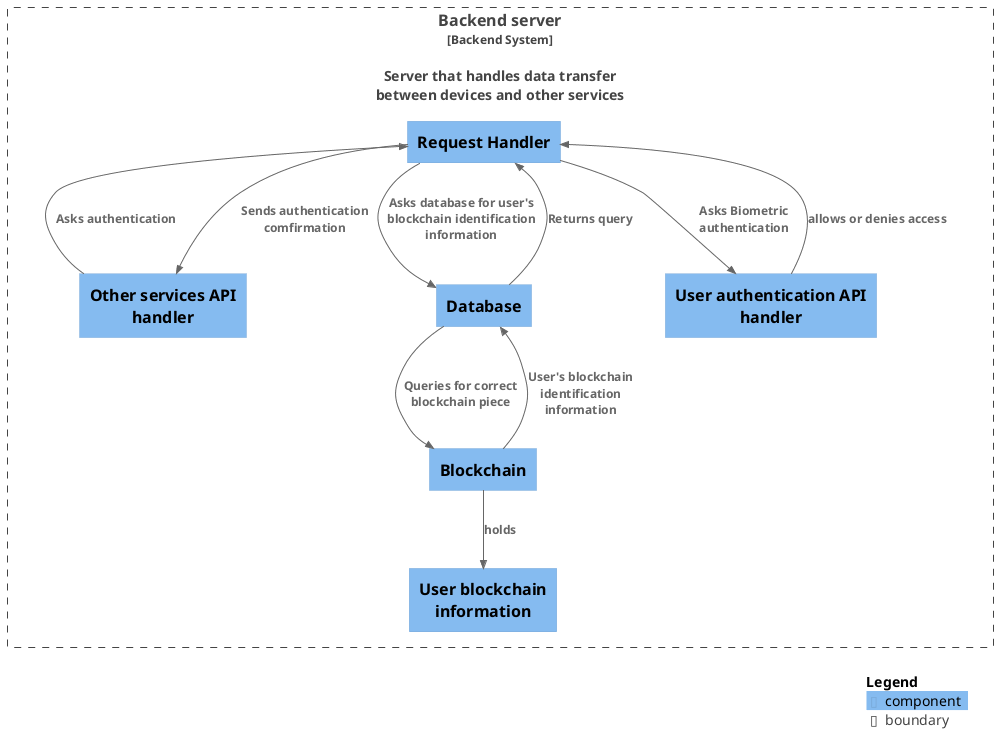
The PlantUML diagram images/BackendComponent.png in Dorfultariant/Architecture_Diagrams, before a commit.
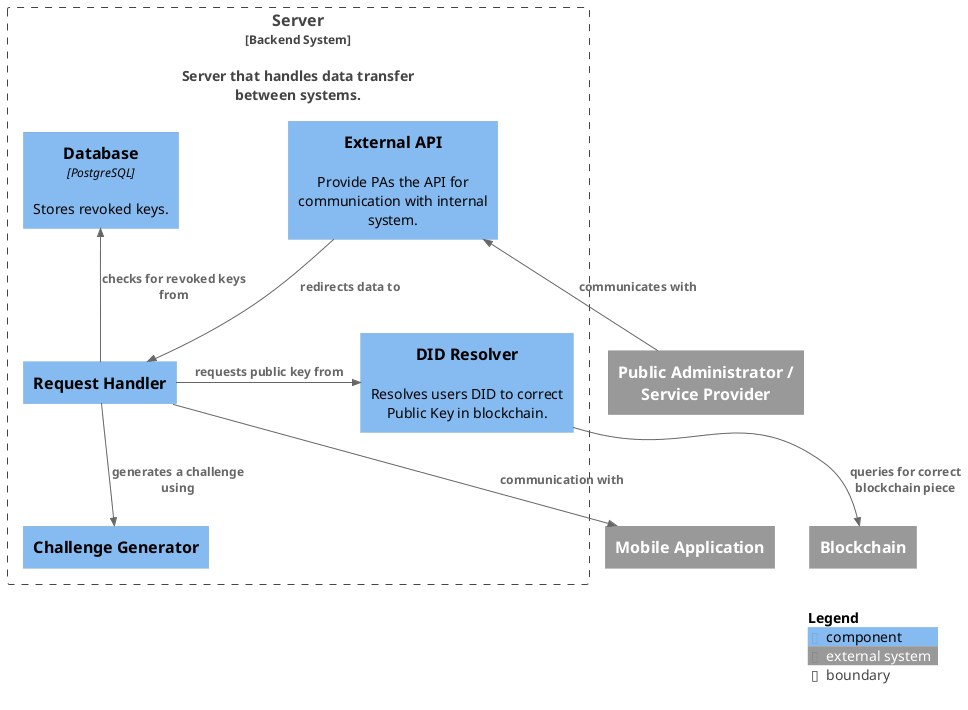
Above is the later version.

Commit message:
Backend updated to match current system

The edit, as a diff of the source:
```diff
@@ -1,24 +1,24 @@
 @startuml
 !include https://raw.githubusercontent.com/plantuml-stdlib/C4-PlantUML/master/C4_Component.puml
 
-Boundary(backend, "Backend server", "Backend System", "", "", "Server that handles data transfer between devices and other services") {
+System_Ext(bc, "Blockchain")
+System_Ext(ma, "Mobile Application")
+System_Ext(pa, "Public Administrator / Service Provider")
 
+Boundary(backend, "Server", "Backend System", "", "", "Server that handles data transfer between systems.") {
     Component(RH, "Request Handler")
-    Component(Backend_API, "Other services API handler")
-    Component(Blockchain, "Blockchain")
-    Component(Biometric_AI, "User authentication API handler")
-    Component(eID, "User blockchain information")
-    Component(DB, "Database")
+    Component(challenger, "Challenge Generator")
+    Component(ext_api, "External API", "", "Provide PAs the API for communication with internal system.")
+    Component(resolver, "DID Resolver", "", "Resolves users DID to correct Public Key in blockchain.")
+    Component(DB, "Database", "PostgreSQL", "Stores revoked keys.")
 
-    Rel(RH, Backend_API, "Sends authentication comfirmation")
-    Rel_L(Backend_API, RH, "Asks authentication")
-    Rel(Blockchain, eID, "holds")
-    Rel(RH, Biometric_AI, "Asks Biometric authentication")
-    Rel(Biometric_AI, RH, "allows or denies access")
-    Rel_R(RH, DB, "Asks database for user's blockchain identification information")
-    Rel(DB, RH, "Returns query")
-    Rel(DB, Blockchain, "Queries for correct blockchain piece")
-    Rel(Blockchain, DB, "User's blockchain identification information")
+    Rel(RH, challenger, "generates a challenge using")
+    Rel(ext_api, RH, "redirects data to")
+    Rel_U(pa,ext_api, "communicates with")
+    Rel(RH, ma, "communication with")
+    Rel_U(RH, DB, "checks for revoked keys from")
+    Rel_R(RH, resolver, "requests public key from")
+    Rel(resolver, bc, "queries for correct blockchain piece")
 }
 
 SHOW_LEGEND()
```
